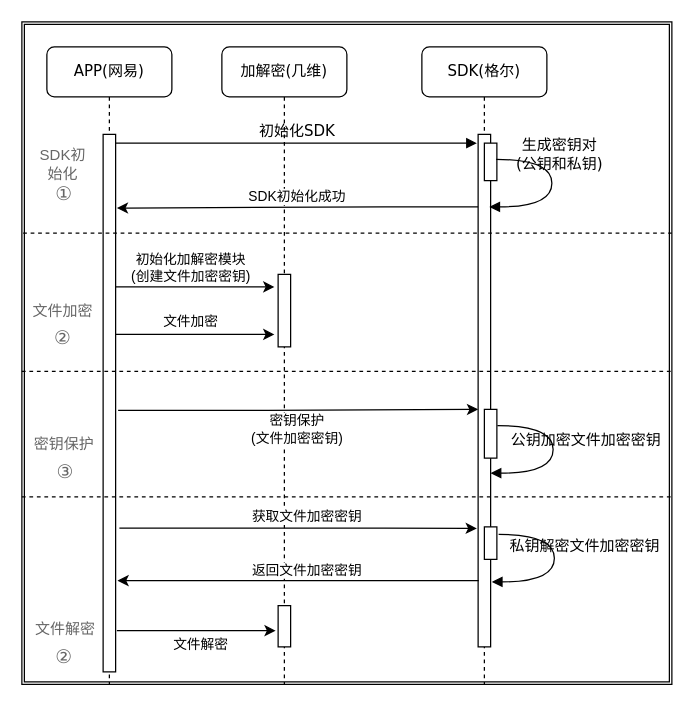
Above: 密钥安全.drawio in mobof/Koal (draw.io), before the change. Source tidied: cells renumbered, new cells numbered last; positions are measured from the earlier drawing's top-left corner, leaving out a move shared by most shapes. Both pictures are drawn from the tidied source at 125%, with x=0, y=0 at pixel (21, 21).
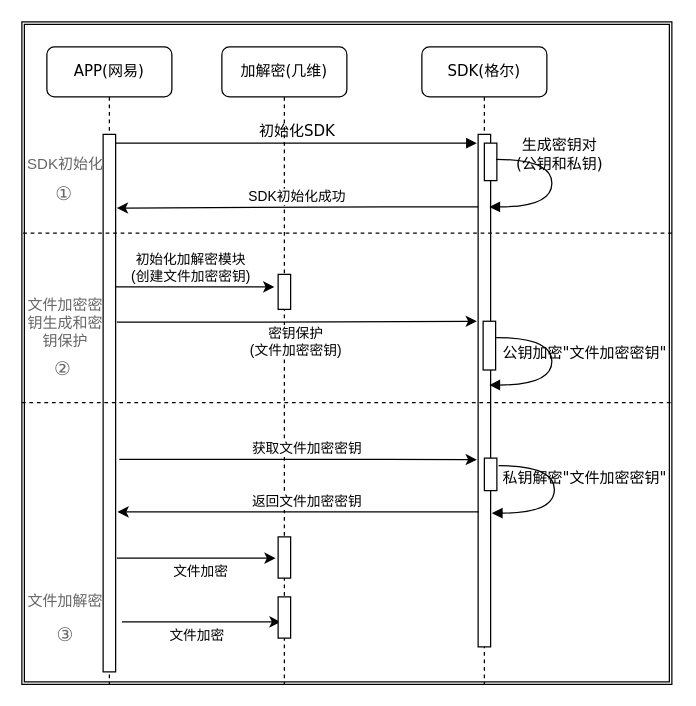
After the change.

Diff of the diagram source:
```diff
@@
     <mxCell id="13" style="html=1;perimeter=orthogonalPerimeter;rounded=0;shadow=0;comic=0;labelBackgroundColor=none;strokeWidth=1;fontFamily=Verdana;fontSize=12;align=center;" parent="1" vertex="1">
-      <mxGeometry x="205" y="202" width="10" height="58" as="geometry" />
+      <mxGeometry x="205" y="202" width="10" height="28" as="geometry" />
     </mxCell>
@@
     <mxCell id="16" style="html=1;perimeter=orthogonalPerimeter;rounded=0;shadow=0;comic=0;labelBackgroundColor=none;strokeWidth=1;fontFamily=Verdana;fontSize=12;align=center;" parent="1" vertex="1">
-      <mxGeometry x="370" y="310" width="10" height="39" as="geometry" />
+      <mxGeometry x="369" y="239.5" width="10" height="39" as="geometry" />
     </mxCell>
-    <mxCell id="17" value="公钥加密文件加密密钥" style="html=1;verticalAlign=bottom;endArrow=block;labelBackgroundColor=none;fontFamily=Verdana;fontSize=12;elbow=vertical;edgeStyle=orthogonalEdgeStyle;curved=1;entryX=1;entryY=0.286;entryPerimeter=0;" parent="1" edge="1">
+    <mxCell id="17" value="公钥加密&quot;文件加密密钥&quot;" style="html=1;verticalAlign=bottom;endArrow=block;labelBackgroundColor=none;fontFamily=Verdana;fontSize=12;elbow=vertical;edgeStyle=orthogonalEdgeStyle;curved=1;entryX=1;entryY=0.286;entryPerimeter=0;" parent="1" edge="1">
       <mxGeometry x="-0.01" y="26" relative="1" as="geometry">
-        <mxPoint x="380.4" y="323" as="sourcePoint" />
-        <mxPoint x="375" y="361" as="targetPoint" />
+        <mxPoint x="379.4" y="252.5" as="sourcePoint" />
+        <mxPoint x="374" y="290.5" as="targetPoint" />
         <Array as="points">
-          <mxPoint x="425" y="322.9" />
-          <mxPoint x="425" y="360.9" />
+          <mxPoint x="424" y="252.4" />
+          <mxPoint x="424" y="290.4" />
         </Array>
       </mxGeometry>
     </mxCell>
     <mxCell id="18" style="edgeStyle=orthogonalEdgeStyle;rounded=0;orthogonalLoop=1;jettySize=auto;html=1;" parent="1" edge="1">
       <mxGeometry relative="1" as="geometry">
-        <mxPoint x="77" y="310.7" as="sourcePoint" />
-        <mxPoint x="365" y="310" as="targetPoint" />
+        <mxPoint x="76" y="240.2" as="sourcePoint" />
+        <mxPoint x="364" y="239.5" as="targetPoint" />
         <Array as="points">
-          <mxPoint x="197" y="311" />
+          <mxPoint x="196" y="240.5" />
         </Array>
       </mxGeometry>
     </mxCell>
@@
     <mxCell id="20" style="edgeStyle=orthogonalEdgeStyle;rounded=0;orthogonalLoop=1;jettySize=auto;html=1;entryX=-0.1;entryY=0.864;entryDx=0;entryDy=0;entryPerimeter=0;" parent="1" edge="1">
       <mxGeometry relative="1" as="geometry">
-        <mxPoint x="78" y="405" as="sourcePoint" />
-        <mxPoint x="364" y="405.2" as="targetPoint" />
+        <mxPoint x="78" y="350" as="sourcePoint" />
+        <mxPoint x="364" y="350.2" as="targetPoint" />
         <Array as="points">
-          <mxPoint x="290" y="405" />
-          <mxPoint x="290" y="405" />
+          <mxPoint x="290" y="350" />
+          <mxPoint x="290" y="350" />
         </Array>
       </mxGeometry>
     </mxCell>
@@
     <mxCell id="22" style="edgeStyle=orthogonalEdgeStyle;rounded=0;orthogonalLoop=1;jettySize=auto;html=1;entryX=1.1;entryY=0.475;entryDx=0;entryDy=0;entryPerimeter=0;" parent="1" edge="1">
       <mxGeometry relative="1" as="geometry">
-        <mxPoint x="365.5" y="447" as="sourcePoint" />
-        <mxPoint x="76.5" y="447" as="targetPoint" />
+        <mxPoint x="365.5" y="392" as="sourcePoint" />
+        <mxPoint x="76.5" y="392" as="targetPoint" />
         <Array as="points">
-          <mxPoint x="290.5" y="447" />
-          <mxPoint x="290.5" y="447" />
+          <mxPoint x="290.5" y="392" />
+          <mxPoint x="290.5" y="392" />
         </Array>
       </mxGeometry>
     </mxCell>
@@
     <mxCell id="24" style="html=1;perimeter=orthogonalPerimeter;rounded=0;shadow=0;comic=0;labelBackgroundColor=none;strokeWidth=1;fontFamily=Verdana;fontSize=12;align=center;" parent="1" vertex="1">
-      <mxGeometry x="205" y="467" width="10" height="33" as="geometry" />
+      <mxGeometry x="205" y="412" width="10" height="33" as="geometry" />
     </mxCell>
     <mxCell id="25" style="edgeStyle=orthogonalEdgeStyle;rounded=0;orthogonalLoop=1;jettySize=auto;html=1;" parent="1" edge="1">
       <mxGeometry relative="1" as="geometry">
-        <mxPoint x="76" y="487" as="sourcePoint" />
-        <mxPoint x="203" y="487" as="targetPoint" />
+        <mxPoint x="76" y="429" as="sourcePoint" />
+        <mxPoint x="203" y="429" as="targetPoint" />
         <Array as="points">
-          <mxPoint x="111" y="487" />
-          <mxPoint x="111" y="487" />
+          <mxPoint x="111" y="429" />
+          <mxPoint x="111" y="429" />
         </Array>
       </mxGeometry>
     </mxCell>
-    <mxCell id="26" value="文件解密" style="edgeLabel;html=1;align=center;verticalAlign=middle;" parent="25" vertex="1">
+    <mxCell id="26" value="文件加密" style="edgeLabel;html=1;align=center;verticalAlign=middle;" parent="25" vertex="1">
       <mxGeometry x="0.04" y="3" relative="1" as="geometry">
         <mxPoint y="13" as="offset" />
       </mxGeometry>
     </mxCell>
-    <mxCell id="27" style="endArrow=none;dashed=1;html=1;fontColor=#666666;" parent="1" edge="1">
-      <mxGeometry relative="1" as="geometry">
-        <mxPoint y="380" as="sourcePoint" />
-        <mxPoint x="520" y="380" as="targetPoint" />
-      </mxGeometry>
-    </mxCell>
     <mxCell id="28" style="html=1;perimeter=orthogonalPerimeter;rounded=0;shadow=0;comic=0;labelBackgroundColor=none;strokeWidth=1;fontFamily=Verdana;fontSize=12;align=center;" parent="1" vertex="1">
-      <mxGeometry x="370" y="404" width="10" height="26" as="geometry" />
+      <mxGeometry x="370" y="349" width="10" height="26" as="geometry" />
     </mxCell>
-    <mxCell id="29" value="私钥解密文件加密密钥" style="html=1;verticalAlign=bottom;endArrow=block;labelBackgroundColor=none;fontFamily=Verdana;fontSize=12;elbow=vertical;edgeStyle=orthogonalEdgeStyle;curved=1;entryX=1;entryY=0.286;entryPerimeter=0;" parent="1" edge="1">
+    <mxCell id="29" value="私钥解密&quot;文件加密密钥&quot;" style="html=1;verticalAlign=bottom;endArrow=block;labelBackgroundColor=none;fontFamily=Verdana;fontSize=12;elbow=vertical;edgeStyle=orthogonalEdgeStyle;curved=1;entryX=1;entryY=0.286;entryPerimeter=0;" parent="1" edge="1">
       <mxGeometry x="-0.03" y="24" relative="1" as="geometry">
-        <mxPoint x="381.4" y="410" as="sourcePoint" />
-        <mxPoint x="376" y="448" as="targetPoint" />
+        <mxPoint x="381.4" y="355" as="sourcePoint" />
+        <mxPoint x="376" y="393" as="targetPoint" />
         <Array as="points">
-          <mxPoint x="426" y="409.9" />
-          <mxPoint x="426" y="447.9" />
+          <mxPoint x="426" y="354.9" />
+          <mxPoint x="426" y="392.9" />
         </Array>
       </mxGeometry>
     </mxCell>
@@
-    <mxCell id="32" value="&lt;span style=&quot;font-size: 15px&quot;&gt;②&lt;/span&gt;" style="text;html=1;strokeColor=none;fillColor=none;align=center;verticalAlign=middle;whiteSpace=wrap;rounded=0;labelBackgroundColor=none;fontColor=#666666;" parent="1" vertex="1">
-      <mxGeometry x="14" y="497" width="40" height="20" as="geometry" />
-    </mxCell>
     <mxCell id="33" value="&lt;span style=&quot;font-size: 15px&quot;&gt;③&lt;/span&gt;" style="text;html=1;strokeColor=none;fillColor=none;align=center;verticalAlign=middle;whiteSpace=wrap;rounded=0;labelBackgroundColor=none;fontColor=#666666;" parent="1" vertex="1">
-      <mxGeometry x="15" y="349" width="40" height="20" as="geometry" />
+      <mxGeometry x="15" y="480" width="40" height="20" as="geometry" />
     </mxCell>
-    <mxCell id="34" value="文件解密" style="text;html=1;strokeColor=none;fillColor=none;align=center;verticalAlign=middle;whiteSpace=wrap;rounded=0;labelBackgroundColor=none;fontColor=#666666;" parent="1" vertex="1">
-      <mxGeometry x="10" y="476" width="50" height="20" as="geometry" />
-    </mxCell>
-    <mxCell id="35" value="文件加密" style="text;html=1;strokeColor=none;fillColor=none;align=center;verticalAlign=middle;whiteSpace=wrap;rounded=0;labelBackgroundColor=none;fontColor=#666666;" parent="1" vertex="1">
-      <mxGeometry x="8" y="222" width="50" height="20" as="geometry" />
+    <mxCell id="35" value="文件加密密钥生成和密钥保护" style="text;html=1;strokeColor=none;fillColor=none;align=center;verticalAlign=middle;whiteSpace=wrap;rounded=0;labelBackgroundColor=none;fontColor=#666666;" parent="1" vertex="1">
+      <mxGeometry y="231" width="70" height="20" as="geometry" />
     </mxCell>
     <mxCell id="36" style="edgeStyle=orthogonalEdgeStyle;rounded=0;orthogonalLoop=1;jettySize=auto;html=1;" parent="1" edge="1">
       <mxGeometry relative="1" as="geometry">
-        <mxPoint x="75" y="250" as="sourcePoint" />
-        <mxPoint x="202" y="250" as="targetPoint" />
+        <mxPoint x="80" y="480" as="sourcePoint" />
+        <mxPoint x="207" y="480" as="targetPoint" />
         <Array as="points">
-          <mxPoint x="110" y="250" />
-          <mxPoint x="110" y="250" />
+          <mxPoint x="115" y="480" />
+          <mxPoint x="115" y="480" />
         </Array>
       </mxGeometry>
     </mxCell>
     <mxCell id="37" value="文件加密" style="edgeLabel;html=1;align=center;verticalAlign=middle;" parent="36" vertex="1">
       <mxGeometry x="0.04" y="3" relative="1" as="geometry">
-        <mxPoint x="-7" y="-8" as="offset" />
+        <mxPoint x="-7" y="13" as="offset" />
       </mxGeometry>
     </mxCell>
     <mxCell id="38" style="endArrow=none;dashed=1;html=1;fontColor=#666666;" parent="1" edge="1">
       <mxGeometry relative="1" as="geometry">
-        <mxPoint y="279.5" as="sourcePoint" />
-        <mxPoint x="520" y="279.5" as="targetPoint" />
+        <mxPoint y="304.5" as="sourcePoint" />
+        <mxPoint x="520" y="304.5" as="targetPoint" />
       </mxGeometry>
     </mxCell>
     <mxCell id="39" value="&lt;span style=&quot;font-size: 15px&quot;&gt;②&lt;/span&gt;" style="text;html=1;strokeColor=none;fillColor=none;align=center;verticalAlign=middle;whiteSpace=wrap;rounded=0;labelBackgroundColor=none;fontColor=#666666;" parent="1" vertex="1">
-      <mxGeometry x="13" y="242" width="40" height="20" as="geometry" />
+      <mxGeometry x="13" y="267" width="40" height="20" as="geometry" />
     </mxCell>
-    <mxCell id="40" value="密钥保护" style="text;html=1;strokeColor=none;fillColor=none;align=center;verticalAlign=middle;whiteSpace=wrap;rounded=0;labelBackgroundColor=none;fontColor=#666666;" parent="1" vertex="1">
-      <mxGeometry x="9" y="327.5" width="50" height="20" as="geometry" />
+    <mxCell id="40" value="文件加解密" style="text;html=1;strokeColor=none;fillColor=none;align=center;verticalAlign=middle;whiteSpace=wrap;rounded=0;labelBackgroundColor=none;fontColor=#666666;" parent="1" vertex="1">
+      <mxGeometry y="453.5" width="70" height="20" as="geometry" />
     </mxCell>
     <mxCell id="41" value="SDK初始化" style="text;html=1;strokeColor=none;fillColor=none;align=center;verticalAlign=middle;whiteSpace=wrap;rounded=0;labelBackgroundColor=none;fontColor=#666666;" parent="1" vertex="1">
-      <mxGeometry x="8" y="104" width="50" height="20" as="geometry" />
+      <mxGeometry y="104" width="70" height="20" as="geometry" />
     </mxCell>
+    <mxCell id="42" style="html=1;perimeter=orthogonalPerimeter;rounded=0;shadow=0;comic=0;labelBackgroundColor=none;strokeWidth=1;fontFamily=Verdana;fontSize=12;align=center;" parent="1" vertex="1">
+      <mxGeometry x="205" y="460" width="10" height="33" as="geometry" />
+    </mxCell>
```
